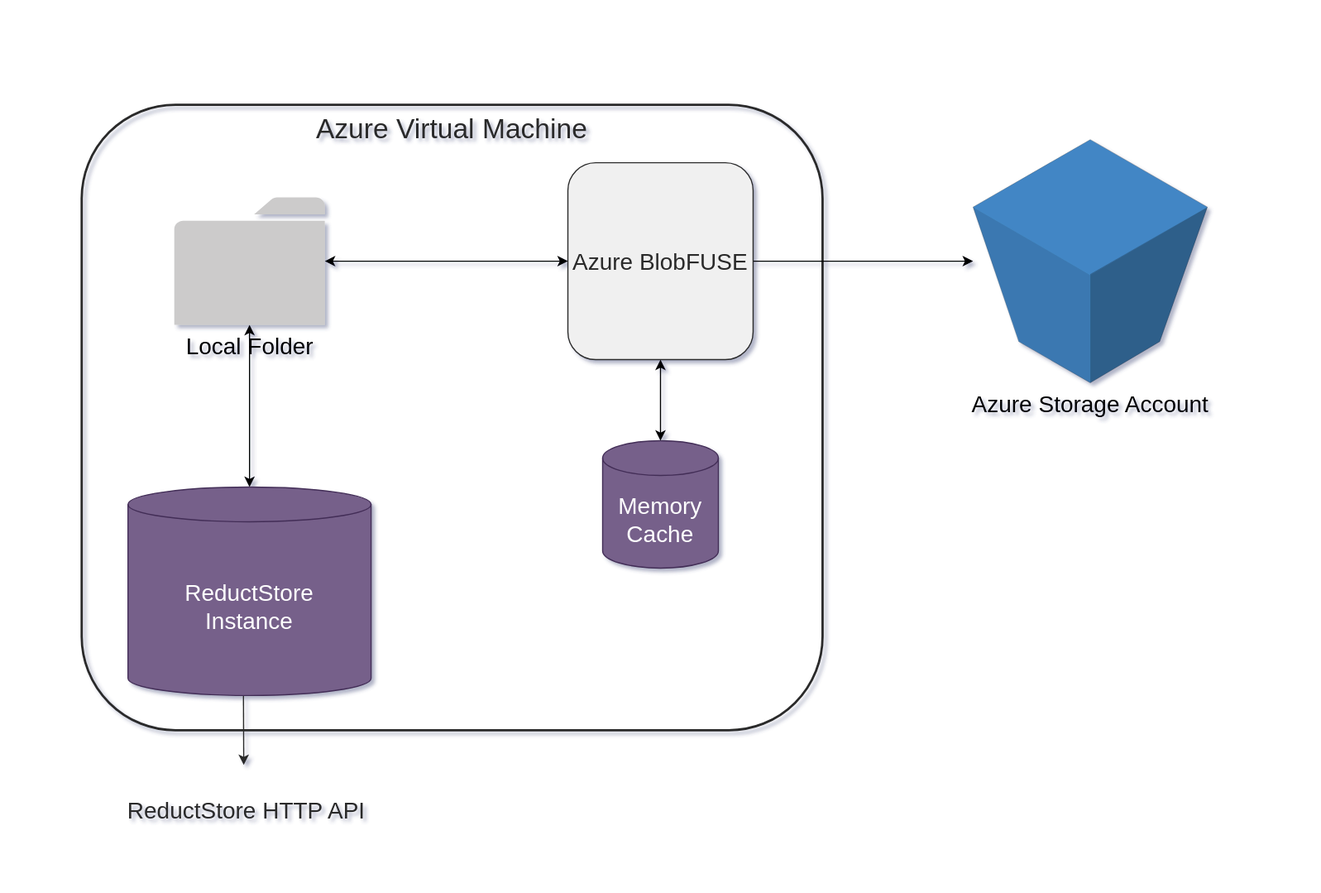
Before: docs/guides/integration/img/azure_vm_diagram.svg, a diagram exported from draw.io (reductstore/website). Source tidied: cells renumbered, new cells last; positions are measured from the earlier drawing's top-left corner, leaving out a move shared by most shapes. Source of this version:
```xml
<mxGraphModel background="#FFFFFF" shadow="1">
  <root>
    <mxCell id="0" />
    <mxCell id="1" parent="0" />
    <mxCell id="2" style="rounded=1;whiteSpace=wrap;html=1;labelBackgroundColor=none;strokeColor=none;fontColor=#292929;fillColor=none;strokeWidth=2;align=left;fontSize=24;verticalAlign=top;" parent="1" vertex="1">
      <mxGeometry width="1130" height="760" as="geometry" />
    </mxCell>
    <mxCell id="3" value="Azure Virtual Machine" style="rounded=1;whiteSpace=wrap;html=1;labelBackgroundColor=none;strokeColor=#292929;fontColor=#292929;fillColor=none;strokeWidth=2;align=center;fontSize=24;verticalAlign=top;spacingLeft=0;" parent="1" vertex="1">
      <mxGeometry x="70" y="90" width="640" height="540" as="geometry" />
    </mxCell>
    <mxCell id="4" style="endArrow=classic;html=1;rounded=1;fontSize=20;strokeColor=#292929;startArrow=classic;startFill=1;" parent="1" edge="1">
      <mxGeometry relative="1" as="geometry">
        <mxPoint x="210" y="660" as="sourcePoint" />
        <mxPoint x="209.5" y="550" as="targetPoint" />
      </mxGeometry>
    </mxCell>
    <mxCell id="5" value="ReductStore HTTP API" style="edgeLabel;html=1;align=center;verticalAlign=middle;fontSize=20;fontColor=#292929;labelBackgroundColor=none;rounded=1;" parent="4" vertex="1">
      <mxGeometry x="-0.69" y="-1" relative="1" as="geometry">
        <mxPoint y="55" as="offset" />
      </mxGeometry>
    </mxCell>
    <mxCell id="6" style="edgeStyle=orthogonalEdgeStyle;rounded=0;jettySize=auto;html=1;startArrow=classic;startFill=1;" parent="1" edge="1" source="7" target="9">
      <mxGeometry relative="1" as="geometry" />
    </mxCell>
    <mxCell id="7" value="ReductStore&lt;br&gt;Instance" style="shape=cylinder3;whiteSpace=wrap;html=1;boundedLbl=1;backgroundOutline=1;size=15;labelBackgroundColor=none;fontSize=20;fillColor=#76608a;strokeColor=#432D57;rounded=1;fontColor=#ffffff;" parent="1" vertex="1">
      <mxGeometry x="110" y="420" width="210" height="180" as="geometry" />
    </mxCell>
    <mxCell id="8" style="edgeStyle=orthogonalEdgeStyle;rounded=0;jettySize=auto;html=1;startArrow=classic;startFill=1;" parent="1" edge="1" source="9" target="12">
      <mxGeometry relative="1" as="geometry" />
    </mxCell>
    <mxCell id="9" value="Local Folder" style="sketch=0;shadow=0;dashed=0;html=1;strokeColor=none;labelPosition=center;verticalLabelPosition=bottom;verticalAlign=top;outlineConnect=0;align=center;shape=mxgraph.office.concepts.folder;fillColor=#CCCBCB;fontSize=20;" parent="1" vertex="1">
      <mxGeometry x="150" y="170" width="130" height="110" as="geometry" />
    </mxCell>
    <mxCell id="10" style="edgeStyle=orthogonalEdgeStyle;rounded=0;jettySize=auto;html=1;startArrow=classic;startFill=1;" parent="1" edge="1" source="12" target="13">
      <mxGeometry relative="1" as="geometry" />
    </mxCell>
    <mxCell id="11" style="edgeStyle=orthogonalEdgeStyle;rounded=0;jettySize=auto;html=1;" parent="1" edge="1" source="12" target="14">
      <mxGeometry relative="1" as="geometry" />
    </mxCell>
    <mxCell id="12" value="Azure BlobFUSE" style="rounded=1;whiteSpace=wrap;html=1;labelBackgroundColor=none;fontSize=20;align=center;verticalAlign=middle;fontColor=#292929;fillColor=#F0F0F0;strokeColor=#292929;" parent="1" vertex="1">
      <mxGeometry x="490" y="140" width="160" height="170" as="geometry" />
    </mxCell>
    <mxCell id="13" value="Memory Cache" style="shape=cylinder3;whiteSpace=wrap;html=1;boundedLbl=1;backgroundOutline=1;size=15;labelBackgroundColor=none;fontSize=20;fillColor=#76608a;strokeColor=#432D57;rounded=1;fontColor=#ffffff;" parent="1" vertex="1">
      <mxGeometry x="520" y="380" width="100" height="110" as="geometry" />
    </mxCell>
    <mxCell id="14" value="Azure Storage Account" style="verticalLabelPosition=bottom;html=1;verticalAlign=top;strokeWidth=0;align=center;outlineConnect=0;dashed=0;outlineConnect=0;shape=mxgraph.aws3d.s3Bucket;fillColor=#4286C5;strokeColor=#57A2D8;fontSize=20;" parent="1" vertex="1">
      <mxGeometry x="840" y="120" width="202.4" height="210" as="geometry" />
    </mxCell>
  </root>
</mxGraphModel>
```
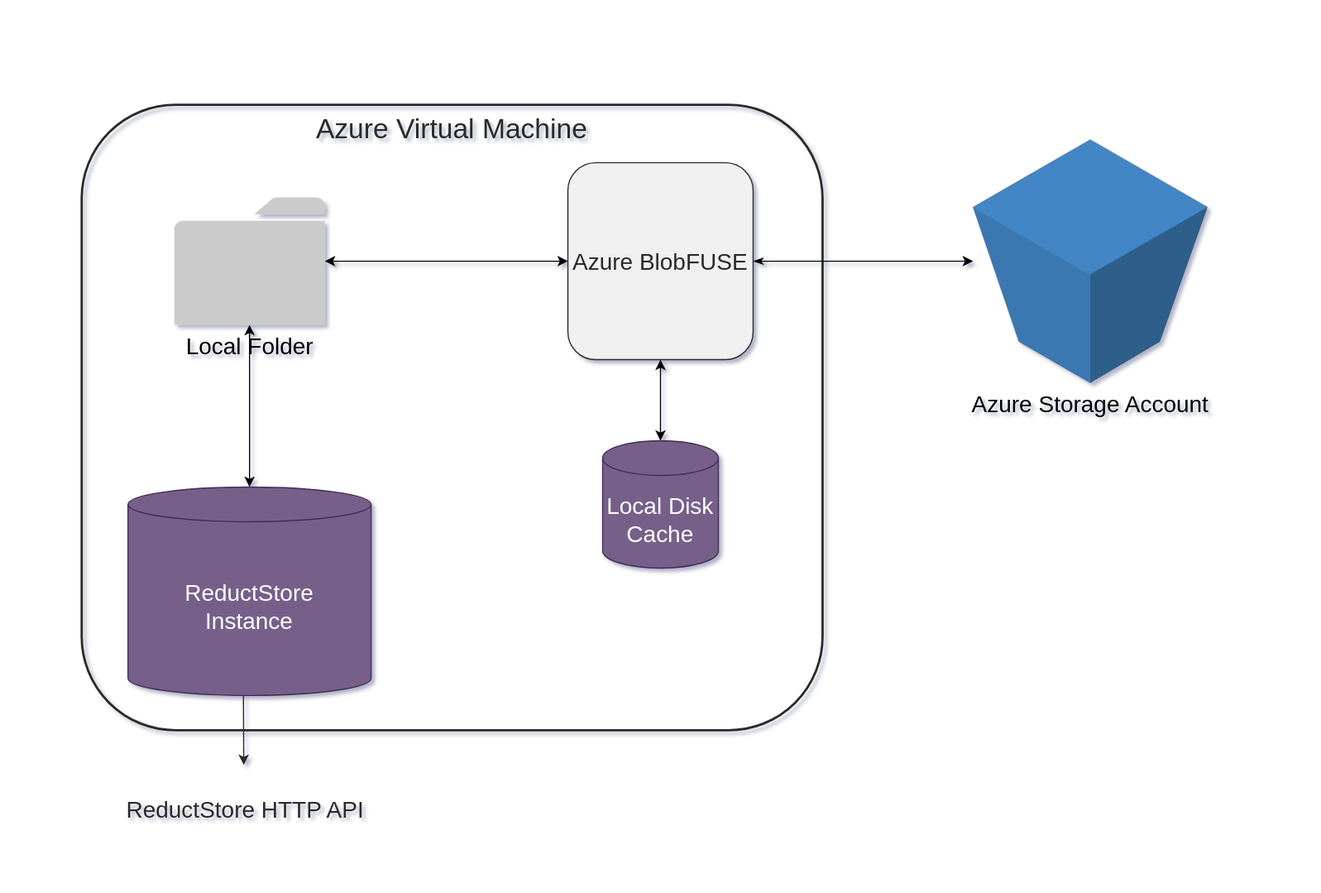
After the commit.

What changed in the source:
```diff
@@ -34,13 +34,13 @@
     <mxCell id="10" style="edgeStyle=orthogonalEdgeStyle;rounded=0;jettySize=auto;html=1;startArrow=classic;startFill=1;" parent="1" edge="1" source="12" target="13">
       <mxGeometry relative="1" as="geometry" />
     </mxCell>
-    <mxCell id="11" style="edgeStyle=orthogonalEdgeStyle;rounded=0;jettySize=auto;html=1;" parent="1" edge="1" source="12" target="14">
+    <mxCell id="11" style="edgeStyle=orthogonalEdgeStyle;rounded=0;jettySize=auto;html=1;startArrow=classicThin;startFill=1;" parent="1" edge="1" source="12" target="14">
       <mxGeometry relative="1" as="geometry" />
     </mxCell>
     <mxCell id="12" value="Azure BlobFUSE" style="rounded=1;whiteSpace=wrap;html=1;labelBackgroundColor=none;fontSize=20;align=center;verticalAlign=middle;fontColor=#292929;fillColor=#F0F0F0;strokeColor=#292929;" parent="1" vertex="1">
       <mxGeometry x="490" y="140" width="160" height="170" as="geometry" />
     </mxCell>
-    <mxCell id="13" value="Memory Cache" style="shape=cylinder3;whiteSpace=wrap;html=1;boundedLbl=1;backgroundOutline=1;size=15;labelBackgroundColor=none;fontSize=20;fillColor=#76608a;strokeColor=#432D57;rounded=1;fontColor=#ffffff;" parent="1" vertex="1">
+    <mxCell id="13" value="Local Disk Cache" style="shape=cylinder3;whiteSpace=wrap;html=1;boundedLbl=1;backgroundOutline=1;size=15;labelBackgroundColor=none;fontSize=20;fillColor=#76608a;strokeColor=#432D57;rounded=1;fontColor=#ffffff;" parent="1" vertex="1">
       <mxGeometry x="520" y="380" width="100" height="110" as="geometry" />
     </mxCell>
     <mxCell id="14" value="Azure Storage Account" style="verticalLabelPosition=bottom;html=1;verticalAlign=top;strokeWidth=0;align=center;outlineConnect=0;dashed=0;outlineConnect=0;shape=mxgraph.aws3d.s3Bucket;fillColor=#4286C5;strokeColor=#57A2D8;fontSize=20;" parent="1" vertex="1">
```
